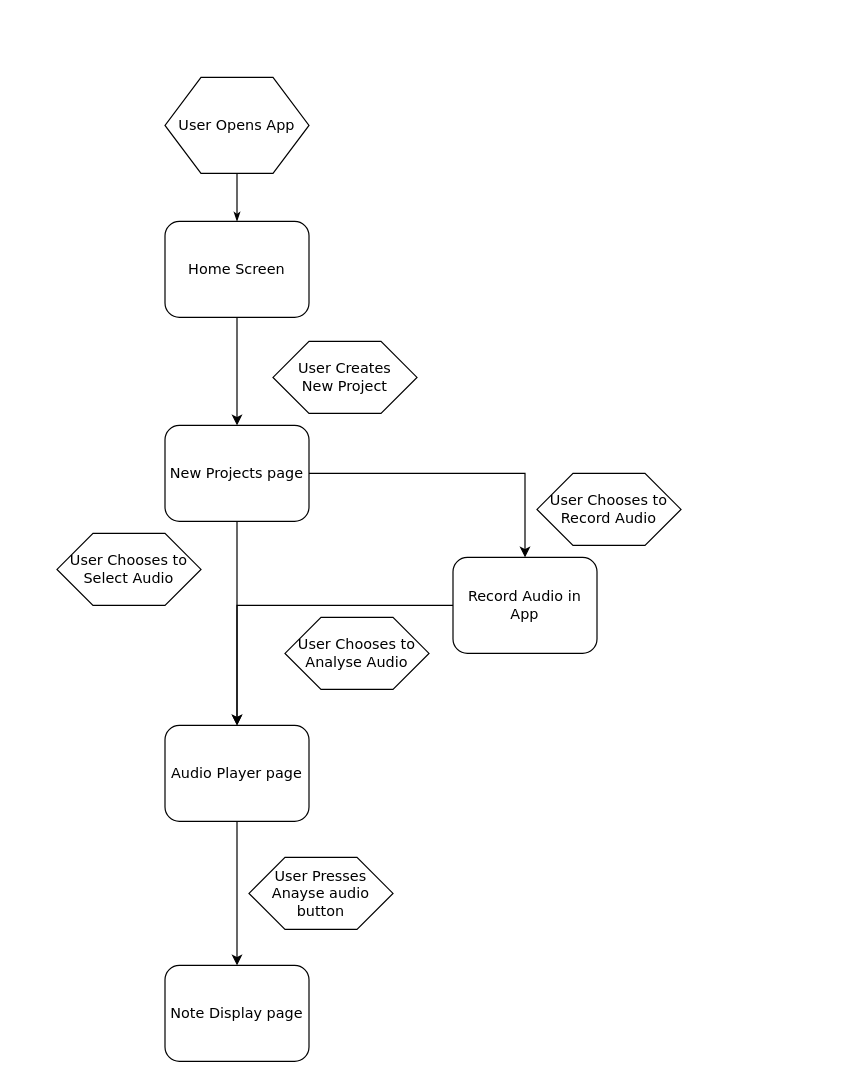
The draw.io diagram page "User Activity Flow" (1 of 2) of User flow.drawio in theshaydays/whistle, before the edit. Source tidied: cells renumbered, new cells numbered last; positions are measured from the earlier drawing's top-left corner, leaving out a move shared by most shapes. Both pictures are drawn from the tidied source at 120%, with x=0, y=0 at pixel (56, 77).
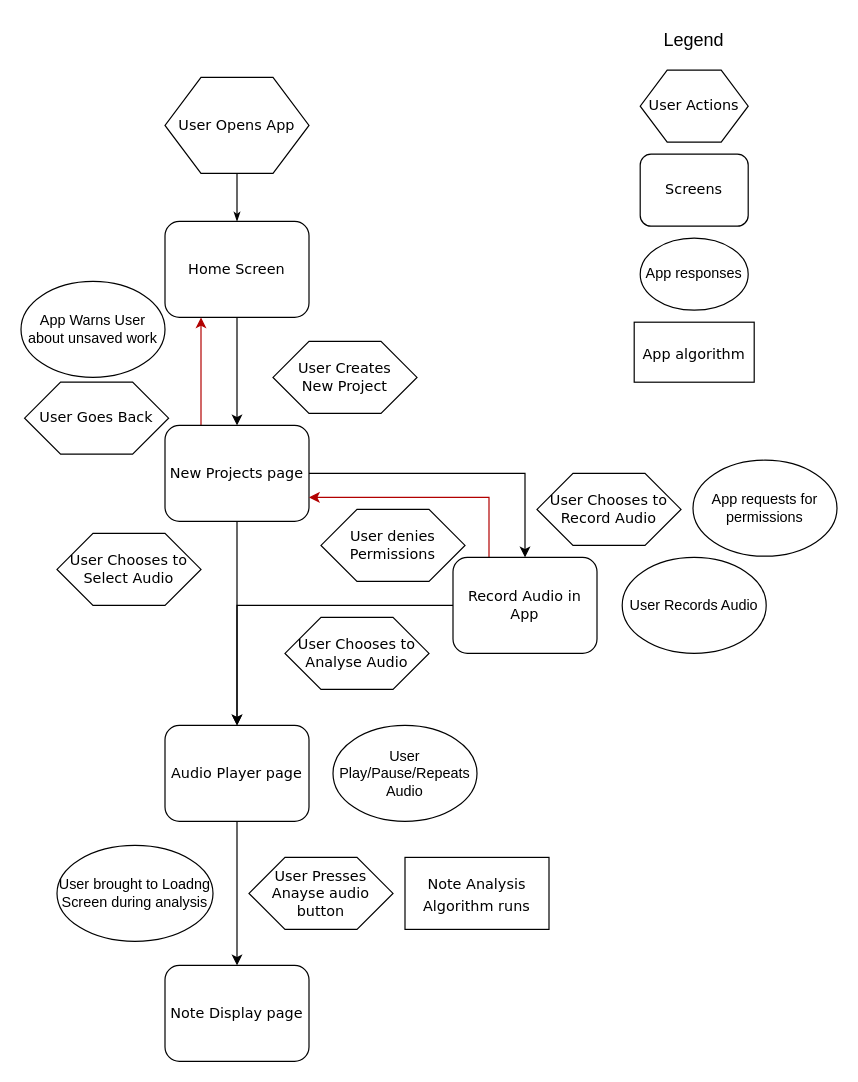
The same page after the edit.

The change refers to these unchanged cells:
```xml
<mxCell id="5" value="Home Screen" style="rounded=1;whiteSpace=wrap;html=1;shadow=0;labelBackgroundColor=none;strokeWidth=1;fontFamily=Verdana;fontSize=12;align=center;" parent="1" vertex="1">
  <mxGeometry x="90" y="120" width="120" height="80" as="geometry" />
</mxCell>
<mxCell id="9" value="New Projects page" style="rounded=1;whiteSpace=wrap;html=1;shadow=0;labelBackgroundColor=none;strokeWidth=1;fontFamily=Verdana;fontSize=12;align=center;" parent="1" vertex="1">
  <mxGeometry x="90" y="290" width="120" height="80" as="geometry" />
</mxCell>
<mxCell id="11" value="Record Audio in App" style="rounded=1;whiteSpace=wrap;html=1;shadow=0;labelBackgroundColor=none;strokeWidth=1;fontFamily=Verdana;fontSize=12;align=center;" parent="1" vertex="1">
  <mxGeometry x="330" y="400" width="120" height="80" as="geometry" />
</mxCell>
```

The edit, as a diff of the source:
```diff
@@
+    <mxCell id="19" style="edgeStyle=orthogonalEdgeStyle;rounded=0;jettySize=auto;html=1;exitX=0.25;exitY=0;exitDx=0;exitDy=0;entryX=0.25;entryY=1;entryDx=0;entryDy=0;fontSize=15;fillColor=#e51400;strokeColor=#B20000;" parent="1" edge="1" source="9" target="5">
+      <mxGeometry relative="1" as="geometry" />
+    </mxCell>
@@
+    <mxCell id="20" style="edgeStyle=orthogonalEdgeStyle;rounded=0;jettySize=auto;html=1;exitX=0.25;exitY=0;exitDx=0;exitDy=0;entryX=1;entryY=0.75;entryDx=0;entryDy=0;fillColor=#e51400;strokeColor=#B20000;" parent="1" edge="1" source="11" target="9">
+      <mxGeometry relative="1" as="geometry" />
+    </mxCell>
@@
+    <mxCell id="21" value="User denies Permissions" style="shape=hexagon;perimeter=hexagonPerimeter;whiteSpace=wrap;html=1;rounded=0;shadow=0;labelBackgroundColor=none;strokeWidth=1;fontFamily=Verdana;fontSize=12;align=center;" parent="1" vertex="1">
+      <mxGeometry x="220" y="360" width="120" height="60" as="geometry" />
+    </mxCell>
+    <mxCell id="22" value="App requests for permissions" style="ellipse;whiteSpace=wrap;html=1;" parent="1" vertex="1">
+      <mxGeometry x="530" y="319" width="120" height="80" as="geometry" />
+    </mxCell>
+    <mxCell id="23" value="User Records Audio" style="ellipse;whiteSpace=wrap;html=1;" parent="1" vertex="1">
+      <mxGeometry x="471" y="400" width="120" height="80" as="geometry" />
+    </mxCell>
+    <mxCell id="24" value="User Play/Pause/Repeats Audio" style="ellipse;whiteSpace=wrap;html=1;" parent="1" vertex="1">
+      <mxGeometry x="230" y="540" width="120" height="80" as="geometry" />
+    </mxCell>
+    <mxCell id="25" value="User brought to Loadng Screen during analysis" style="ellipse;whiteSpace=wrap;html=1;" parent="1" vertex="1">
+      <mxGeometry y="640" width="130" height="80" as="geometry" />
+    </mxCell>
+    <mxCell id="26" value="&lt;div style=&quot;font-size: 15px;&quot;&gt;&lt;font style=&quot;font-size: 15px;&quot;&gt;Legend&lt;/font&gt;&lt;/div&gt;" style="text;html=1;strokeColor=none;fillColor=none;align=center;verticalAlign=middle;whiteSpace=wrap;rounded=0;" parent="1" vertex="1">
+      <mxGeometry x="471" y="-47" width="120" height="29" as="geometry" />
+    </mxCell>
+    <mxCell id="27" value="User Actions" style="shape=hexagon;perimeter=hexagonPerimeter;whiteSpace=wrap;html=1;rounded=0;shadow=0;labelBackgroundColor=none;strokeWidth=1;fontFamily=Verdana;fontSize=12;align=center;" parent="1" vertex="1">
+      <mxGeometry x="486" y="-6" width="90" height="60" as="geometry" />
+    </mxCell>
+    <mxCell id="28" value="Screens" style="rounded=1;whiteSpace=wrap;html=1;shadow=0;labelBackgroundColor=none;strokeWidth=1;fontFamily=Verdana;fontSize=12;align=center;" parent="1" vertex="1">
+      <mxGeometry x="486" y="64" width="90" height="60" as="geometry" />
+    </mxCell>
+    <mxCell id="29" value="App responses" style="ellipse;whiteSpace=wrap;html=1;" parent="1" vertex="1">
+      <mxGeometry x="486" y="134" width="90" height="60" as="geometry" />
+    </mxCell>
+    <mxCell id="30" value="User Goes Back" style="shape=hexagon;perimeter=hexagonPerimeter;whiteSpace=wrap;html=1;rounded=0;shadow=0;labelBackgroundColor=none;strokeWidth=1;fontFamily=Verdana;fontSize=12;align=center;" parent="1" vertex="1">
+      <mxGeometry x="-27" y="254" width="120" height="60" as="geometry" />
+    </mxCell>
+    <mxCell id="31" value="App Warns User about unsaved work" style="ellipse;whiteSpace=wrap;html=1;" parent="1" vertex="1">
+      <mxGeometry x="-30" y="170" width="120" height="80" as="geometry" />
+    </mxCell>
+    <mxCell id="32" value="&lt;font style=&quot;font-size: 12px;&quot;&gt;Note Analysis Algorithm runs&lt;/font&gt;" style="rounded=0;whiteSpace=wrap;html=1;fontSize=15;fontFamily=Verdana;" parent="1" vertex="1">
+      <mxGeometry x="290" y="650" width="120" height="60" as="geometry" />
+    </mxCell>
+    <mxCell id="33" value="&lt;font style=&quot;font-size: 12px;&quot;&gt;App algorithm&lt;br&gt;&lt;/font&gt;" style="rounded=0;whiteSpace=wrap;html=1;fontSize=15;fontFamily=Verdana;" parent="1" vertex="1">
+      <mxGeometry x="481" y="204" width="100" height="50" as="geometry" />
+    </mxCell>
```
